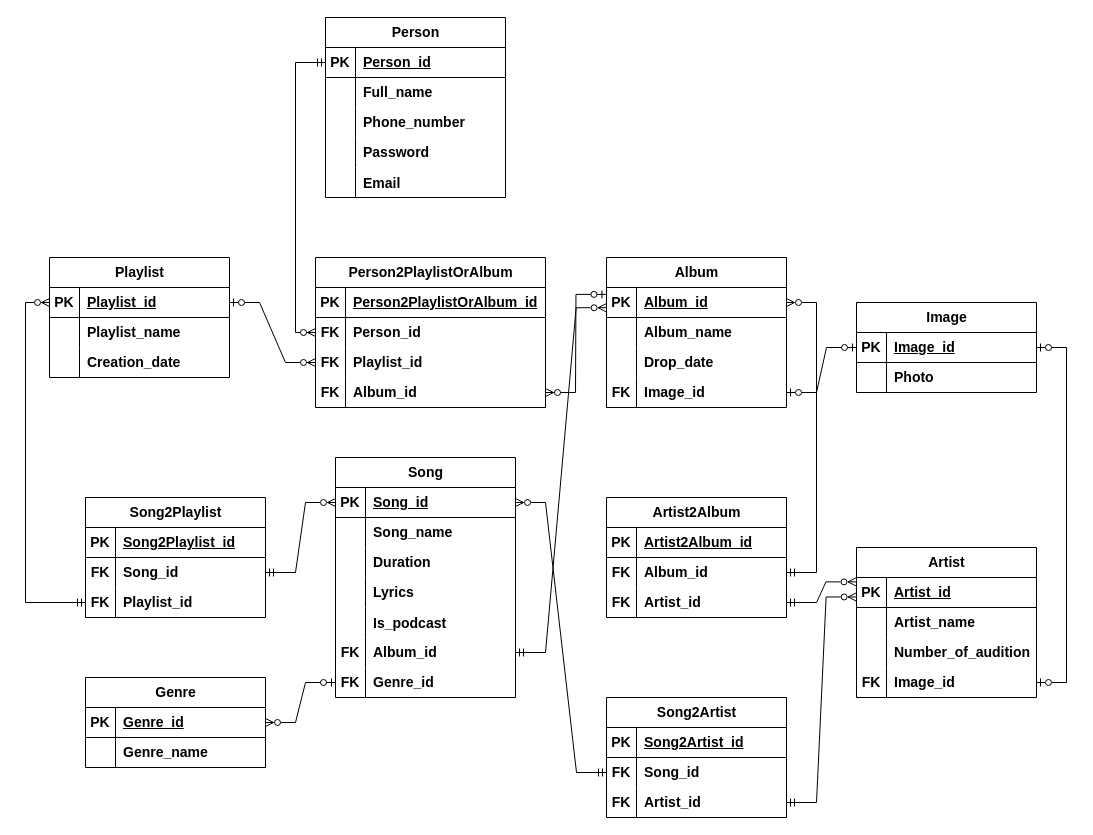
Before: лм v2.0.drawio in marsek4/database, a draw.io diagram. Source tidied: cells renumbered, new cells numbered last; positions are measured from the earlier drawing's top-left corner, leaving out a move shared by most shapes. Both pictures are drawn from the tidied source at 100%, with x=0, y=0 at pixel (25, 17).
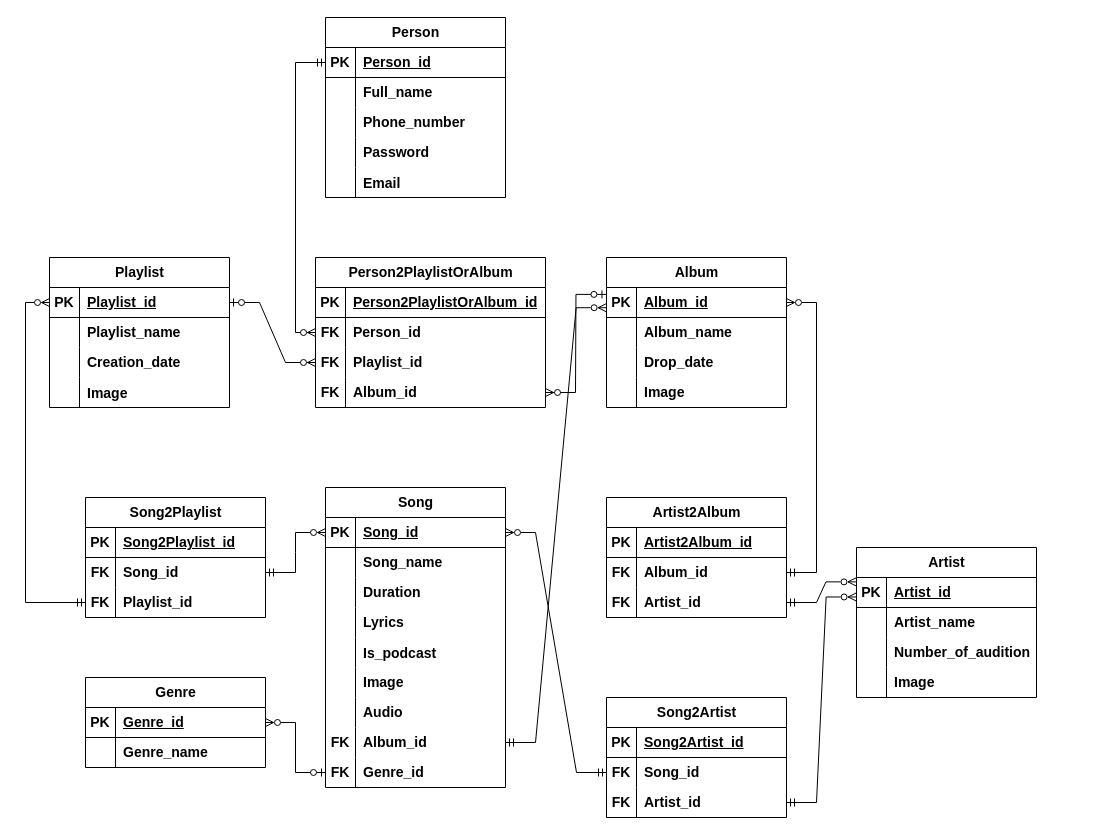
The same page after the edit.

Unchanged cells that the change refers to:
```xml
<mxCell id="19" style="shape=tableRow;horizontal=0;startSize=0;swimlaneHead=0;swimlaneBody=0;fillColor=none;points=[[0,0.5],[1,0.5]];portConstraint=eastwest;top=0;left=0;right=0;bottom=1;fontStyle=1;fontSize=14;" parent="18" vertex="1">
  <mxGeometry y="30" width="180" height="30" as="geometry" />
</mxCell>
<mxCell id="28" style="shape=tableRow;horizontal=0;startSize=0;swimlaneHead=0;swimlaneBody=0;fillColor=none;points=[[0,0.5],[1,0.5]];portConstraint=eastwest;top=0;left=0;right=0;bottom=0;fontStyle=1;fontSize=14;" parent="18" vertex="1">
  <mxGeometry y="120" width="180" height="30" as="geometry" />
</mxCell>
<mxCell id="42" style="shape=tableRow;horizontal=0;startSize=0;swimlaneHead=0;swimlaneBody=0;fillColor=none;points=[[0,0.5],[1,0.5]];portConstraint=eastwest;top=0;left=0;right=0;bottom=1;fontStyle=1;fontSize=14;" parent="41" vertex="1">
  <mxGeometry y="30" width="180" height="30" as="geometry" />
</mxCell>
<mxCell id="58" style="shape=tableRow;horizontal=0;startSize=0;swimlaneHead=0;swimlaneBody=0;fillColor=none;points=[[0,0.5],[1,0.5]];portConstraint=eastwest;top=0;left=0;right=0;bottom=0;fontStyle=1;fontSize=14;" parent="48" vertex="1">
  <mxGeometry y="120" width="180" height="30" as="geometry" />
</mxCell>
<mxCell id="104" style="shape=tableRow;horizontal=0;startSize=0;swimlaneHead=0;swimlaneBody=0;fillColor=none;points=[[0,0.5],[1,0.5]];portConstraint=eastwest;top=0;left=0;right=0;bottom=0;fontStyle=1;fontSize=14;" parent="88" vertex="1">
  <mxGeometry y="180" width="180" height="30" as="geometry" />
</mxCell>
<mxCell id="107" style="shape=tableRow;horizontal=0;startSize=0;swimlaneHead=0;swimlaneBody=0;fillColor=none;points=[[0,0.5],[1,0.5]];portConstraint=eastwest;top=0;left=0;right=0;bottom=0;fontStyle=1;fontSize=14;" parent="88" vertex="1">
  <mxGeometry y="210" width="180" height="30" as="geometry" />
</mxCell>
```

The edit, as a diff of the source:
```diff
@@
-    <mxCell id="29" value="FK" style="shape=partialRectangle;fillColor=none;top=0;left=0;bottom=0;right=0;fontStyle=1;overflow=hidden;whiteSpace=wrap;html=1;fontSize=14;" parent="28" vertex="1">
+    <mxCell id="29" style="shape=partialRectangle;fillColor=none;top=0;left=0;bottom=0;right=0;fontStyle=1;overflow=hidden;whiteSpace=wrap;html=1;fontSize=14;" parent="28" vertex="1">
       <mxGeometry width="30" height="30" as="geometry" />
     </mxCell>
-    <mxCell id="30" value="Image_id" style="shape=partialRectangle;fillColor=none;top=0;left=0;bottom=0;right=0;align=left;spacingLeft=6;fontStyle=1;overflow=hidden;whiteSpace=wrap;html=1;fontSize=14;" parent="28" vertex="1">
+    <mxCell id="30" value="Image" style="shape=partialRectangle;fillColor=none;top=0;left=0;bottom=0;right=0;align=left;spacingLeft=6;fontStyle=1;overflow=hidden;whiteSpace=wrap;html=1;fontSize=14;" parent="28" vertex="1">
       <mxGeometry x="30" width="150" height="30" as="geometry" />
     </mxCell>
     <mxCell id="31" value="Playlist" style="shape=table;startSize=30;childLayout=tableLayout;rowLines=0;fontStyle=1;align=center;html=1;fontSize=14;" parent="1" vertex="1">
-      <mxGeometry x="24" y="240" width="180" height="120" as="geometry" />
+      <mxGeometry x="24" y="240" width="180" height="150" as="geometry" />
     </mxCell>
@@
+    <mxCell id="146" style="shape=tableRow;horizontal=0;startSize=0;swimlaneHead=0;swimlaneBody=0;fillColor=none;top=0;left=0;right=0;bottom=0;fontStyle=1;fontSize=14;" parent="31" vertex="1">
+      <mxGeometry y="120" width="180" height="30" as="geometry" />
+    </mxCell>
+    <mxCell id="147" style="shape=partialRectangle;fillColor=none;top=0;left=0;bottom=0;right=0;overflow=hidden;fontStyle=1;fontSize=14;" parent="146" vertex="1">
+      <mxGeometry width="30" height="30" as="geometry" />
+    </mxCell>
+    <mxCell id="61" value="Image" style="shape=partialRectangle;fillColor=none;top=0;left=0;bottom=0;right=0;align=left;spacingLeft=6;overflow=hidden;fontStyle=1;fontSize=14;" parent="146" vertex="1">
+      <mxGeometry x="30" width="150" height="30" as="geometry" />
+    </mxCell>
@@
-    <mxCell id="59" value="FK" style="shape=partialRectangle;fillColor=none;top=0;left=0;bottom=0;right=0;fontStyle=1;overflow=hidden;whiteSpace=wrap;html=1;fontSize=14;" parent="58" vertex="1">
+    <mxCell id="59" style="shape=partialRectangle;fillColor=none;top=0;left=0;bottom=0;right=0;fontStyle=1;overflow=hidden;whiteSpace=wrap;html=1;fontSize=14;" parent="58" vertex="1">
       <mxGeometry width="30" height="30" as="geometry" />
     </mxCell>
-    <mxCell id="60" value="Image_id" style="shape=partialRectangle;fillColor=none;top=0;left=0;bottom=0;right=0;align=left;spacingLeft=6;fontStyle=1;overflow=hidden;whiteSpace=wrap;html=1;fontSize=14;" parent="58" vertex="1">
+    <mxCell id="60" value="Image" style="shape=partialRectangle;fillColor=none;top=0;left=0;bottom=0;right=0;align=left;spacingLeft=6;fontStyle=1;overflow=hidden;whiteSpace=wrap;html=1;fontSize=14;" parent="58" vertex="1">
       <mxGeometry x="30" width="150" height="30" as="geometry" />
     </mxCell>
-    <mxCell id="61" value="Image" style="shape=table;startSize=30;childLayout=tableLayout;rowLines=0;fontStyle=1;align=center;html=1;fontSize=14;" parent="1" vertex="1">
-      <mxGeometry x="831" y="285" width="180" height="90" as="geometry" />
-    </mxCell>
-    <mxCell id="62" style="shape=tableRow;horizontal=0;startSize=0;swimlaneHead=0;swimlaneBody=0;fillColor=none;points=[[0,0.5],[1,0.5]];portConstraint=eastwest;top=0;left=0;right=0;bottom=1;fontStyle=1;fontSize=14;" parent="61" vertex="1">
-      <mxGeometry y="30" width="180" height="30" as="geometry" />
-    </mxCell>
-    <mxCell id="63" value="PK" style="shape=partialRectangle;fillColor=none;top=0;left=0;bottom=0;right=0;fontStyle=1;overflow=hidden;whiteSpace=wrap;html=1;fontSize=14;" parent="62" vertex="1">
-      <mxGeometry width="30" height="30" as="geometry" />
-    </mxCell>
-    <mxCell id="64" value="Image_id" style="shape=partialRectangle;fillColor=none;top=0;left=0;bottom=0;right=0;align=left;spacingLeft=6;fontStyle=5;overflow=hidden;whiteSpace=wrap;html=1;fontSize=14;" parent="62" vertex="1">
-      <mxGeometry x="30" width="150" height="30" as="geometry" />
-    </mxCell>
-    <mxCell id="65" style="shape=tableRow;horizontal=0;startSize=0;swimlaneHead=0;swimlaneBody=0;fillColor=none;top=0;left=0;right=0;bottom=0;fontStyle=1;fontSize=14;" parent="61" vertex="1">
-      <mxGeometry y="60" width="180" height="30" as="geometry" />
-    </mxCell>
-    <mxCell id="66" style="shape=partialRectangle;fillColor=none;top=0;left=0;bottom=0;right=0;overflow=hidden;whiteSpace=wrap;html=1;fontStyle=1;fontSize=14;" parent="65" vertex="1">
-      <mxGeometry width="30" height="30" as="geometry" />
-    </mxCell>
-    <mxCell id="67" value="Photo" style="shape=partialRectangle;fillColor=none;top=0;left=0;bottom=0;right=0;align=left;spacingLeft=6;overflow=hidden;whiteSpace=wrap;html=1;fontStyle=1;fontSize=14;" parent="65" vertex="1">
-      <mxGeometry x="30" width="150" height="30" as="geometry" />
-    </mxCell>
@@
     <mxCell id="88" value="Song" style="shape=table;startSize=30;childLayout=tableLayout;rowLines=0;fontStyle=1;align=center;html=1;fontSize=14;" parent="1" vertex="1">
-      <mxGeometry x="310" y="440" width="180" height="240" as="geometry" />
+      <mxGeometry x="300" y="470" width="180" height="300" as="geometry" />
     </mxCell>
@@
-    <mxCell id="105" value="FK" style="shape=partialRectangle;fillColor=none;top=0;left=0;bottom=0;right=0;fontStyle=1;overflow=hidden;whiteSpace=wrap;html=1;fontSize=14;" parent="104" vertex="1">
+    <mxCell id="105" style="shape=partialRectangle;fillColor=none;top=0;left=0;bottom=0;right=0;fontStyle=1;overflow=hidden;whiteSpace=wrap;html=1;fontSize=14;" parent="104" vertex="1">
       <mxGeometry width="30" height="30" as="geometry" />
     </mxCell>
-    <mxCell id="106" value="Album_id" style="shape=partialRectangle;fillColor=none;top=0;left=0;bottom=0;right=0;align=left;spacingLeft=6;fontStyle=1;overflow=hidden;whiteSpace=wrap;html=1;fontSize=14;" parent="104" vertex="1">
+    <mxCell id="106" value="Image" style="shape=partialRectangle;fillColor=none;top=0;left=0;bottom=0;right=0;align=left;spacingLeft=6;fontStyle=1;overflow=hidden;whiteSpace=wrap;html=1;fontSize=14;" parent="104" vertex="1">
       <mxGeometry x="30" width="150" height="30" as="geometry" />
     </mxCell>
@@
-    <mxCell id="108" value="FK" style="shape=partialRectangle;fillColor=none;top=0;left=0;bottom=0;right=0;fontStyle=1;overflow=hidden;whiteSpace=wrap;html=1;fontSize=14;" parent="107" vertex="1">
+    <mxCell id="108" style="shape=partialRectangle;fillColor=none;top=0;left=0;bottom=0;right=0;fontStyle=1;overflow=hidden;whiteSpace=wrap;html=1;fontSize=14;" parent="107" vertex="1">
       <mxGeometry width="30" height="30" as="geometry" />
     </mxCell>
-    <mxCell id="109" value="Genre_id" style="shape=partialRectangle;fillColor=none;top=0;left=0;bottom=0;right=0;align=left;spacingLeft=6;fontStyle=1;overflow=hidden;whiteSpace=wrap;html=1;fontSize=14;" parent="107" vertex="1">
+    <mxCell id="109" value="Audio" style="shape=partialRectangle;fillColor=none;top=0;left=0;bottom=0;right=0;align=left;spacingLeft=6;fontStyle=1;overflow=hidden;whiteSpace=wrap;html=1;fontSize=14;" parent="107" vertex="1">
       <mxGeometry x="30" width="150" height="30" as="geometry" />
     </mxCell>
+    <mxCell id="148" style="shape=tableRow;horizontal=0;startSize=0;swimlaneHead=0;swimlaneBody=0;fillColor=none;top=0;left=0;right=0;bottom=0;fontStyle=1;fontSize=14;" parent="88" vertex="1">
+      <mxGeometry y="240" width="180" height="30" as="geometry" />
+    </mxCell>
+    <mxCell id="149" value="FK" style="shape=partialRectangle;fillColor=none;top=0;left=0;bottom=0;right=0;fontStyle=1;overflow=hidden;whiteSpace=wrap;html=1;fontSize=14;" parent="148" vertex="1">
+      <mxGeometry width="30" height="30" as="geometry" />
+    </mxCell>
+    <mxCell id="150" value="Album_id" style="shape=partialRectangle;fillColor=none;top=0;left=0;bottom=0;right=0;align=left;spacingLeft=6;fontStyle=1;overflow=hidden;whiteSpace=wrap;html=1;fontSize=14;" parent="148" vertex="1">
+      <mxGeometry x="30" width="150" height="30" as="geometry" />
+    </mxCell>
+    <mxCell id="151" style="shape=tableRow;horizontal=0;startSize=0;swimlaneHead=0;swimlaneBody=0;fillColor=none;points=[[0,0.5],[1,0.5]];portConstraint=eastwest;top=0;left=0;right=0;bottom=0;fontStyle=1;fontSize=14;" parent="88" vertex="1">
+      <mxGeometry y="270" width="180" height="30" as="geometry" />
+    </mxCell>
+    <mxCell id="152" value="FK" style="shape=partialRectangle;fillColor=none;top=0;left=0;bottom=0;right=0;fontStyle=1;overflow=hidden;whiteSpace=wrap;html=1;fontSize=14;" parent="151" vertex="1">
+      <mxGeometry width="30" height="30" as="geometry" />
+    </mxCell>
+    <mxCell id="153" value="Genre_id" style="shape=partialRectangle;fillColor=none;top=0;left=0;bottom=0;right=0;align=left;spacingLeft=6;fontStyle=1;overflow=hidden;whiteSpace=wrap;html=1;fontSize=14;" parent="151" vertex="1">
+      <mxGeometry x="30" width="150" height="30" as="geometry" />
+    </mxCell>
@@
-    <mxCell id="126" style="edgeStyle=entityRelationEdgeStyle;fontSize=14;html=1;endArrow=ERzeroToOne;startArrow=ERzeroToOne;rounded=0;exitX=1;exitY=0.5;exitDx=0;exitDy=0;entryX=0;entryY=0.5;entryDx=0;entryDy=0;startFill=0;fontStyle=1;" parent="1" edge="1" source="28" target="62">
-      <mxGeometry relative="1" as="geometry" />
-    </mxCell>
-    <mxCell id="127" style="edgeStyle=entityRelationEdgeStyle;fontSize=14;html=1;endArrow=ERzeroToOne;startArrow=ERzeroToOne;rounded=0;exitX=1;exitY=0.5;exitDx=0;exitDy=0;entryX=1;entryY=0.5;entryDx=0;entryDy=0;startFill=0;fontStyle=1;" parent="1" edge="1" source="58" target="62">
-      <mxGeometry relative="1" as="geometry" />
-    </mxCell>
@@
-    <mxCell id="140" style="edgeStyle=entityRelationEdgeStyle;fontSize=14;html=1;endArrow=ERzeroToMany;startArrow=ERmandOne;rounded=0;endFill=0;exitX=1;exitY=0.5;exitDx=0;exitDy=0;entryX=-0.002;entryY=0.674;entryDx=0;entryDy=0;entryPerimeter=0;fontStyle=1;" parent="1" edge="1" source="104" target="19">
+    <mxCell id="140" style="edgeStyle=entityRelationEdgeStyle;fontSize=14;html=1;endArrow=ERzeroToMany;startArrow=ERmandOne;rounded=0;endFill=0;exitX=1;exitY=0.5;exitDx=0;exitDy=0;entryX=-0.002;entryY=0.674;entryDx=0;entryDy=0;entryPerimeter=0;fontStyle=1;" parent="1" edge="1" source="154" target="19">
       <mxGeometry relative="1" as="geometry">
         <Array as="points">
           <mxPoint x="786" y="430" />
           <mxPoint x="786" y="430" />
         </Array>
       </mxGeometry>
     </mxCell>
@@
-    <mxCell id="145" style="edgeStyle=entityRelationEdgeStyle;fontSize=14;html=1;endArrow=ERzeroToMany;startArrow=ERzeroToOne;rounded=0;exitX=0;exitY=0.5;exitDx=0;exitDy=0;entryX=1;entryY=0.5;entryDx=0;entryDy=0;endFill=0;fontStyle=1;" parent="1" edge="1" source="107" target="42">
+    <mxCell id="145" style="edgeStyle=entityRelationEdgeStyle;fontSize=14;html=1;endArrow=ERzeroToMany;startArrow=ERzeroToOne;rounded=0;exitX=0;exitY=0.5;exitDx=0;exitDy=0;entryX=1;entryY=0.5;entryDx=0;entryDy=0;endFill=0;fontStyle=1;" parent="1" edge="1" source="151" target="42">
       <mxGeometry relative="1" as="geometry" />
     </mxCell>
+    <mxCell id="154" style="shape=tableRow;horizontal=0;startSize=0;swimlaneHead=0;swimlaneBody=0;fillColor=none;points=[[0,0.5],[1,0.5]];portConstraint=eastwest;top=0;left=0;right=0;bottom=0;fontStyle=1;fontSize=14;" parent="1" vertex="1">
+      <mxGeometry x="300" y="710" width="180" height="30" as="geometry" />
+    </mxCell>
+    <mxCell id="155" style="shape=partialRectangle;fillColor=none;top=0;left=0;bottom=0;right=0;fontStyle=1;overflow=hidden;whiteSpace=wrap;html=1;fontSize=14;" parent="154" vertex="1">
+      <mxGeometry width="30" height="30" as="geometry" />
+    </mxCell>
```
